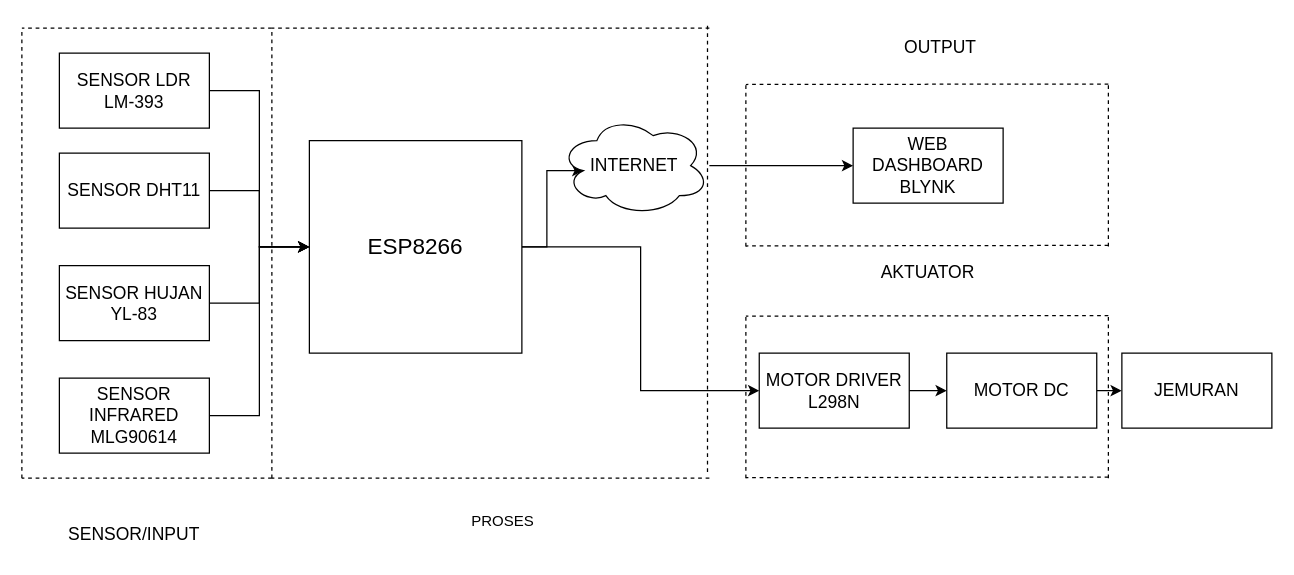
This is Untitled Diagram.drawio from briannugroho/A25, a draw.io file, before an edit. Source tidied: cells renumbered, new cells numbered last; positions are measured from the earlier drawing's top-left corner, leaving out a move shared by most shapes. Both pictures are drawn from the tidied source at 125%, with x=0, y=0 at pixel (21, 21).
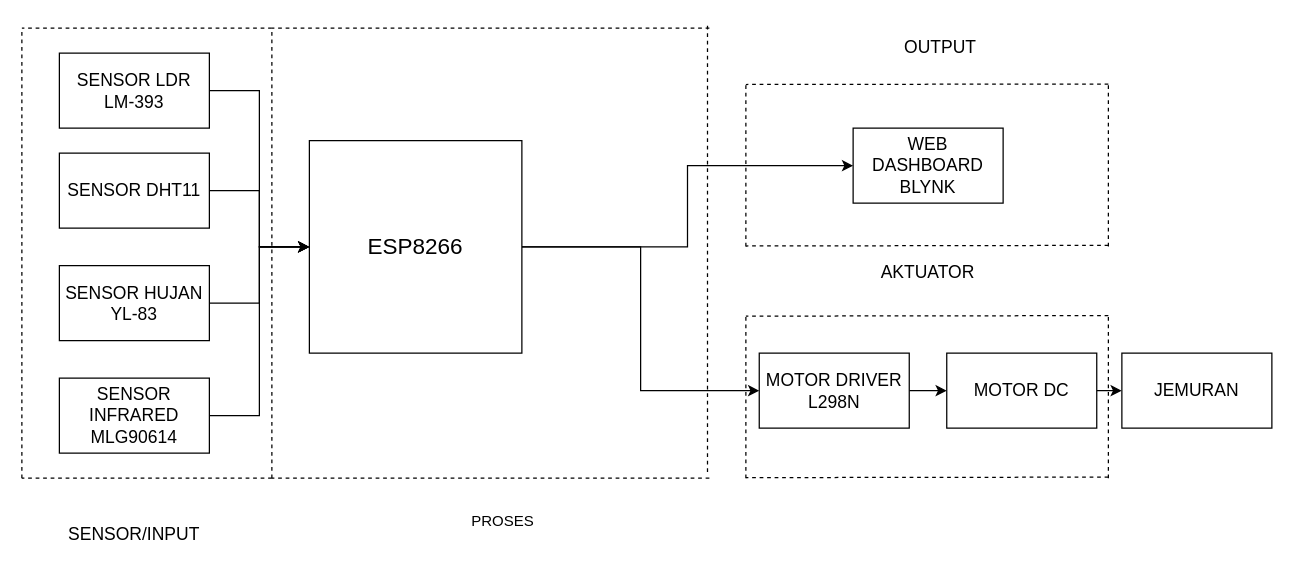
The same diagram, later.

The change refers to these unchanged cells:
```xml
<mxCell id="12" value="&lt;font style=&quot;font-size: 18px;&quot;&gt;ESP8266&lt;/font&gt;" style="whiteSpace=wrap;html=1;" parent="1" vertex="1">
  <mxGeometry x="230" y="95" width="170" height="170" as="geometry" />
</mxCell>
<mxCell id="20" value="&lt;font style=&quot;font-size: 14px;&quot;&gt;WEB DASHBOARD BLYNK&lt;/font&gt;" style="whiteSpace=wrap;html=1;" parent="1" vertex="1">
  <mxGeometry x="665" y="85" width="120" height="60" as="geometry" />
</mxCell>
```

The edit, as a diff of the source:
```diff
@@
-    <mxCell id="11" style="edgeStyle=orthogonalEdgeStyle;rounded=0;jettySize=auto;html=1;entryX=0.16;entryY=0.55;entryDx=0;entryDy=0;entryPerimeter=0;" parent="1" edge="1" source="12" target="19">
-      <mxGeometry relative="1" as="geometry" />
-    </mxCell>
+    <mxCell id="40" style="edgeStyle=orthogonalEdgeStyle;rounded=0;jettySize=auto;html=1;entryX=0;entryY=0.5;entryDx=0;entryDy=0;" parent="1" edge="1" source="12" target="20">
+      <mxGeometry relative="1" as="geometry" />
+    </mxCell>
@@
-    <mxCell id="18" style="edgeStyle=orthogonalEdgeStyle;rounded=0;jettySize=auto;html=1;" parent="1" edge="1" source="19" target="20">
-      <mxGeometry relative="1" as="geometry" />
-    </mxCell>
-    <mxCell id="19" value="&lt;font style=&quot;font-size: 14px;&quot;&gt;INTERNET&lt;/font&gt;" style="ellipse;shape=cloud;whiteSpace=wrap;html=1;" parent="1" vertex="1">
-      <mxGeometry x="430" y="75" width="120" height="80" as="geometry" />
-    </mxCell>
```
